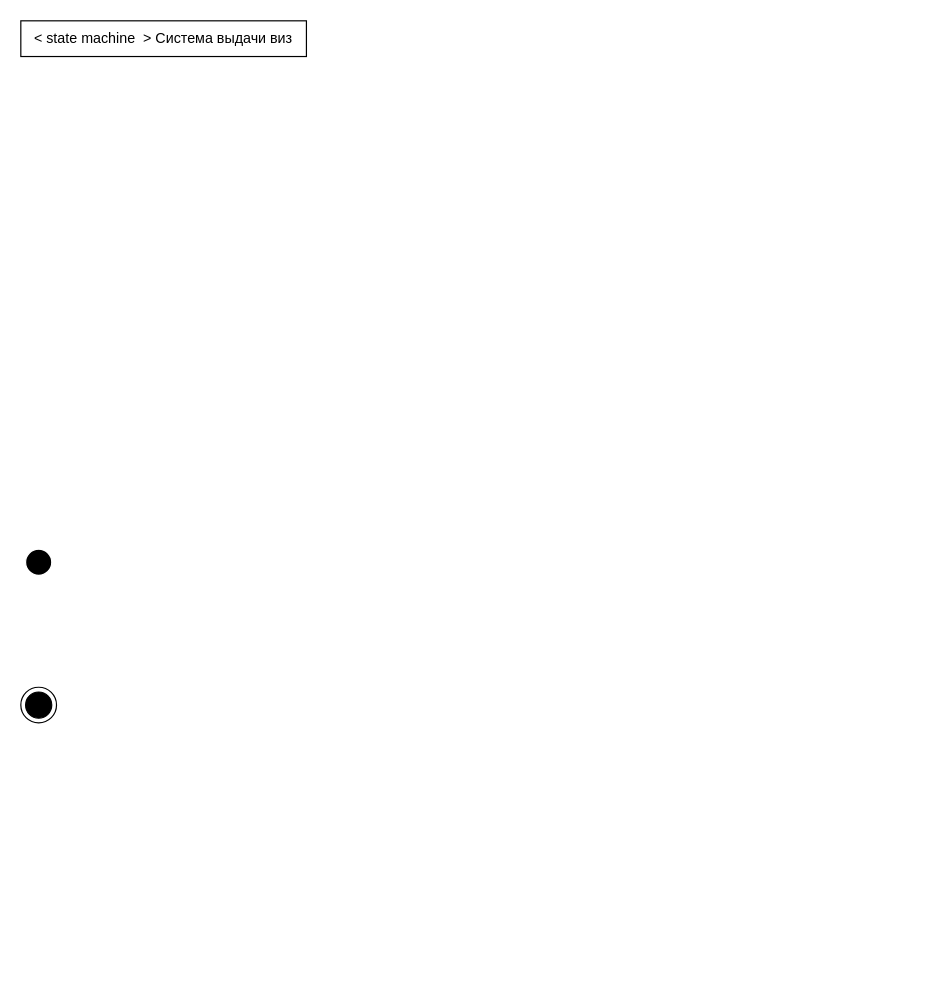
Earlier version of the draw.io diagram LR3/automat_diagram.drawio (f0rsunka/UML). Source tidied: cells renumbered, new cells numbered last; positions are measured from the earlier drawing's top-left corner, leaving out a move shared by most shapes. Both pictures are drawn from the tidied source at 119%, with x=0, y=0 at pixel (20, 20).
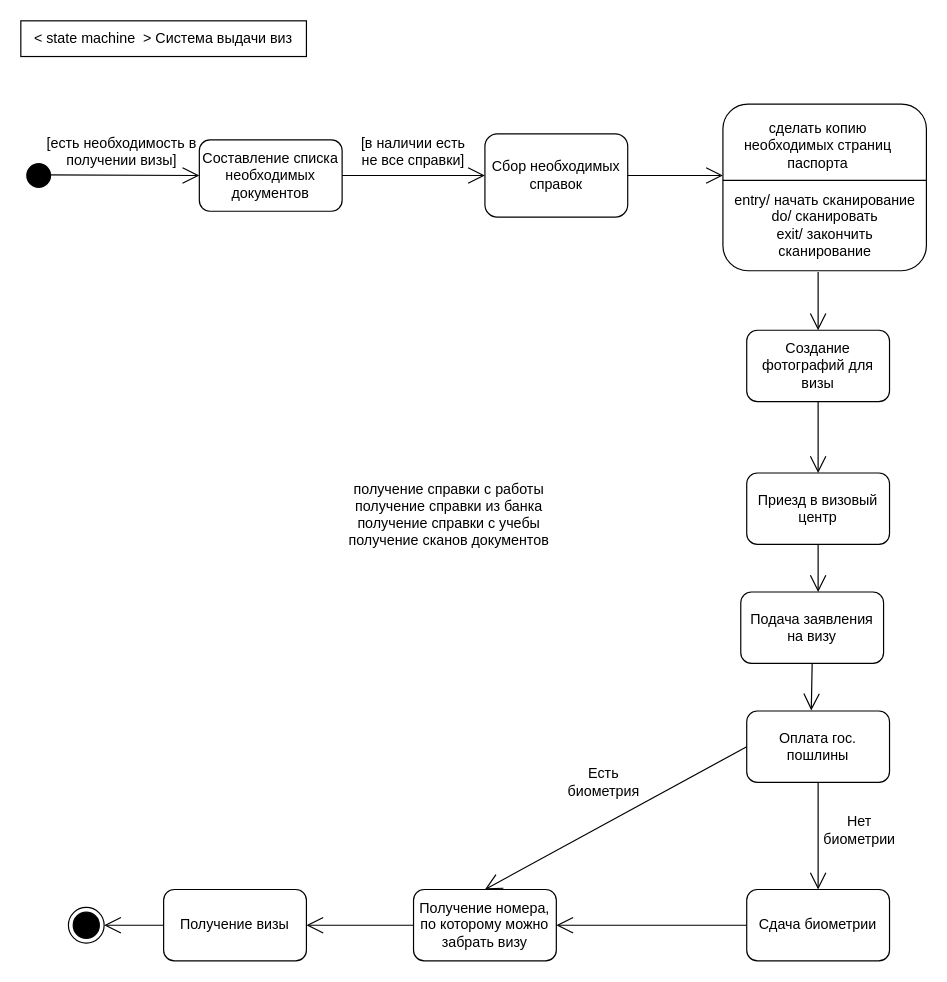
The same page after the edit.

The edit, as a diff of the source:
```diff
@@
     <mxCell id="3" style="ellipse;html=1;shape=endState;fillColor=#000000;strokeColor=#000000;" parent="1" vertex="1">
-      <mxGeometry y="560" width="30" height="30" as="geometry" />
+      <mxGeometry x="40" y="745" width="30" height="30" as="geometry" />
     </mxCell>
     <mxCell id="4" style="ellipse;html=1;shape=endState;fillColor=#000000;strokeColor=#FFFFFF;" parent="1" vertex="1">
-      <mxGeometry y="440" width="30" height="30" as="geometry" />
+      <mxGeometry y="115" width="30" height="30" as="geometry" />
     </mxCell>
+    <mxCell id="5" style="rounded=1;whiteSpace=wrap;html=1;strokeColor=#000000;" parent="1" vertex="1">
+      <mxGeometry x="390" y="95" width="120" height="70" as="geometry" />
+    </mxCell>
+    <mxCell id="6" value="получение справки с работы&lt;br&gt;получение справки из банка&lt;br&gt;получение справки с учебы&lt;br&gt;получение сканов документов&lt;br&gt;" style="text;html=1;strokeColor=none;fillColor=none;align=center;verticalAlign=middle;whiteSpace=wrap;rounded=0;" parent="1" vertex="1">
+      <mxGeometry x="250" y="380" width="220" height="70" as="geometry" />
+    </mxCell>
+    <mxCell id="7" value="&lt;div&gt;Сбор необходимых справок&lt;/div&gt;" style="text;html=1;strokeColor=none;fillColor=none;align=center;verticalAlign=middle;whiteSpace=wrap;rounded=0;" parent="1" vertex="1">
+      <mxGeometry x="390" y="110" width="120" height="40" as="geometry" />
+    </mxCell>
+    <mxCell id="8" style="rounded=1;whiteSpace=wrap;html=1;strokeColor=#000000;" parent="1" vertex="1">
+      <mxGeometry x="590" y="70" width="171" height="140" as="geometry" />
+    </mxCell>
+    <mxCell id="9" value="Создание фотографий для визы" style="rounded=1;whiteSpace=wrap;html=1;strokeColor=#000000;" parent="1" vertex="1">
+      <mxGeometry x="610" y="260" width="120" height="60" as="geometry" />
+    </mxCell>
+    <mxCell id="10" value="Сдача биометрии" style="rounded=1;whiteSpace=wrap;html=1;strokeColor=#000000;" parent="1" vertex="1">
+      <mxGeometry x="610" y="730" width="120" height="60" as="geometry" />
+    </mxCell>
+    <mxCell id="11" value="Оплата гос. пошлины" style="rounded=1;whiteSpace=wrap;html=1;strokeColor=#000000;" parent="1" vertex="1">
+      <mxGeometry x="610" y="580" width="120" height="60" as="geometry" />
+    </mxCell>
+    <mxCell id="12" value="Приезд в визовый центр" style="rounded=1;whiteSpace=wrap;html=1;strokeColor=#000000;" parent="1" vertex="1">
+      <mxGeometry x="610" y="380" width="120" height="60" as="geometry" />
+    </mxCell>
+    <mxCell id="13" value="Подача заявления на визу" style="rounded=1;whiteSpace=wrap;html=1;strokeColor=#000000;" parent="1" vertex="1">
+      <mxGeometry x="605" y="480" width="120" height="60" as="geometry" />
+    </mxCell>
+    <mxCell id="14" value="Получение номера, по которому можно забрать визу" style="rounded=1;whiteSpace=wrap;html=1;strokeColor=#000000;" parent="1" vertex="1">
+      <mxGeometry x="330" y="730" width="120" height="60" as="geometry" />
+    </mxCell>
+    <mxCell id="15" value="Получение визы" style="rounded=1;whiteSpace=wrap;html=1;strokeColor=#000000;" parent="1" vertex="1">
+      <mxGeometry x="120" y="730" width="120" height="60" as="geometry" />
+    </mxCell>
+    <mxCell id="16" style="line;strokeWidth=1;fillColor=none;align=left;verticalAlign=middle;spacingTop=-1;spacingLeft=3;spacingRight=3;labelPosition=right;" parent="1" vertex="1">
+      <mxGeometry x="590" y="130" width="171" height="8" as="geometry" />
+    </mxCell>
+    <mxCell id="17" value="&lt;br&gt;entry/ начать сканирование&lt;br&gt;do/ сканировать&lt;br&gt;exit/ закончить сканирование" style="text;html=1;strokeColor=none;fillColor=none;align=center;verticalAlign=middle;whiteSpace=wrap;rounded=0;" parent="1" vertex="1">
+      <mxGeometry x="595.5" y="130" width="160" height="70" as="geometry" />
+    </mxCell>
+    <mxCell id="18" value="сделать копию необходимых страниц паспорта" style="text;html=1;strokeColor=none;fillColor=none;align=center;verticalAlign=middle;whiteSpace=wrap;rounded=0;" parent="1" vertex="1">
+      <mxGeometry x="595" y="80" width="150" height="50" as="geometry" />
+    </mxCell>
+    <mxCell id="19" style="endArrow=open;endFill=1;endSize=12;html=1;entryX=0;entryY=0.5;entryDx=0;entryDy=0;" parent="1" edge="1" target="34">
+      <mxGeometry relative="1" as="geometry">
+        <mxPoint x="20" y="129.5" as="sourcePoint" />
+      </mxGeometry>
+    </mxCell>
+    <mxCell id="20" style="endArrow=open;endFill=1;endSize=12;html=1;entryX=0;entryY=0.5;entryDx=0;entryDy=0;" parent="1" edge="1" source="34" target="5">
+      <mxGeometry relative="1" as="geometry" />
+    </mxCell>
+    <mxCell id="21" style="endArrow=open;endFill=1;endSize=12;html=1;exitX=0.5;exitY=1;exitDx=0;exitDy=0;entryX=0.5;entryY=0;entryDx=0;entryDy=0;" parent="1" edge="1" source="11" target="10">
+      <mxGeometry relative="1" as="geometry" />
+    </mxCell>
+    <mxCell id="22" value="Нет биометрии" style="text;html=1;strokeColor=none;fillColor=none;align=center;verticalAlign=middle;whiteSpace=wrap;rounded=0;" parent="1" vertex="1">
+      <mxGeometry x="685" y="670" width="40" height="20" as="geometry" />
+    </mxCell>
+    <mxCell id="23" value="Есть биометрия" style="text;html=1;strokeColor=none;fillColor=none;align=center;verticalAlign=middle;whiteSpace=wrap;rounded=0;" parent="1" vertex="1">
+      <mxGeometry x="470" y="630" width="40" height="20" as="geometry" />
+    </mxCell>
+    <mxCell id="24" style="endArrow=open;endFill=1;endSize=12;html=1;exitX=0;exitY=0.5;exitDx=0;exitDy=0;entryX=0.5;entryY=0;entryDx=0;entryDy=0;" parent="1" edge="1" source="11" target="14">
+      <mxGeometry relative="1" as="geometry" />
+    </mxCell>
+    <mxCell id="25" style="endArrow=open;endFill=1;endSize=12;html=1;exitX=0;exitY=0.5;exitDx=0;exitDy=0;entryX=1;entryY=0.5;entryDx=0;entryDy=0;" parent="1" edge="1" source="10" target="14">
+      <mxGeometry relative="1" as="geometry" />
+    </mxCell>
+    <mxCell id="26" style="endArrow=open;endFill=1;endSize=12;html=1;exitX=0;exitY=0.5;exitDx=0;exitDy=0;entryX=1;entryY=0.5;entryDx=0;entryDy=0;" parent="1" edge="1" source="14" target="15">
+      <mxGeometry relative="1" as="geometry" />
+    </mxCell>
+    <mxCell id="27" value="[есть необходимость в получении визы]" style="text;html=1;strokeColor=none;fillColor=none;align=center;verticalAlign=middle;whiteSpace=wrap;rounded=0;" parent="1" vertex="1">
+      <mxGeometry y="100" width="170" height="20" as="geometry" />
+    </mxCell>
+    <mxCell id="28" style="endArrow=open;endFill=1;endSize=12;html=1;exitX=1;exitY=0.5;exitDx=0;exitDy=0;" parent="1" edge="1" source="7">
+      <mxGeometry relative="1" as="geometry">
+        <mxPoint x="590" y="130" as="targetPoint" />
+      </mxGeometry>
+    </mxCell>
+    <mxCell id="29" style="endArrow=open;endFill=1;endSize=12;html=1;entryX=0.5;entryY=0;entryDx=0;entryDy=0;" parent="1" edge="1" target="9">
+      <mxGeometry relative="1" as="geometry">
+        <mxPoint x="670" y="211" as="sourcePoint" />
+      </mxGeometry>
+    </mxCell>
+    <mxCell id="30" style="endArrow=open;endFill=1;endSize=12;html=1;exitX=0.5;exitY=1;exitDx=0;exitDy=0;entryX=0.5;entryY=0;entryDx=0;entryDy=0;" parent="1" edge="1" source="9" target="12">
+      <mxGeometry relative="1" as="geometry" />
+    </mxCell>
+    <mxCell id="31" style="endArrow=open;endFill=1;endSize=12;html=1;exitX=0.5;exitY=1;exitDx=0;exitDy=0;" parent="1" edge="1" source="12">
+      <mxGeometry relative="1" as="geometry">
+        <mxPoint x="670" y="480" as="targetPoint" />
+      </mxGeometry>
+    </mxCell>
+    <mxCell id="32" style="endArrow=open;endFill=1;endSize=12;html=1;exitX=0.5;exitY=1;exitDx=0;exitDy=0;entryX=0.452;entryY=-0.008;entryDx=0;entryDy=0;entryPerimeter=0;" parent="1" edge="1" source="13" target="11">
+      <mxGeometry relative="1" as="geometry" />
+    </mxCell>
+    <mxCell id="33" style="endArrow=open;endFill=1;endSize=12;html=1;exitX=0;exitY=0.5;exitDx=0;exitDy=0;entryX=1;entryY=0.5;entryDx=0;entryDy=0;" parent="1" edge="1" source="15" target="3">
+      <mxGeometry relative="1" as="geometry" />
+    </mxCell>
+    <mxCell id="34" value="Составление списка необходимых документов" style="rounded=1;whiteSpace=wrap;html=1;strokeColor=#000000;" parent="1" vertex="1">
+      <mxGeometry x="150" y="100" width="120" height="60" as="geometry" />
+    </mxCell>
+    <mxCell id="35" value="[в наличии есть не все справки]" style="text;html=1;strokeColor=none;fillColor=none;align=center;verticalAlign=middle;whiteSpace=wrap;rounded=0;" parent="1" vertex="1">
+      <mxGeometry x="280" y="100" width="100" height="20" as="geometry" />
+    </mxCell>
```
